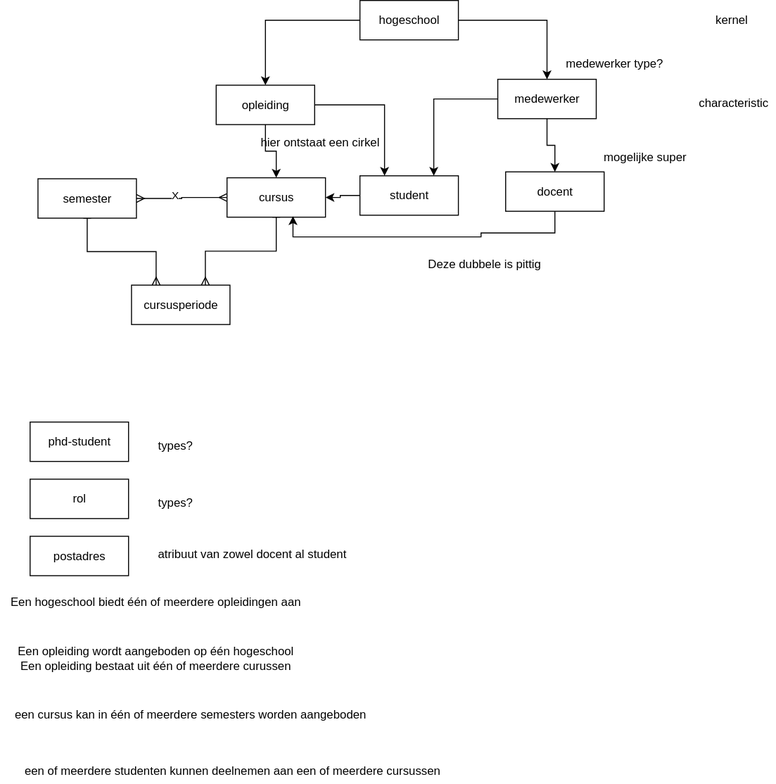
Jterveld/draw.io-modellen keeps this draw.io diagram as oefenen met schoolsystemen.svg. Above is the earlier version. Source tidied: cells renumbered, new cells last; positions are measured from the earlier drawing's top-left corner, leaving out a move shared by most shapes.
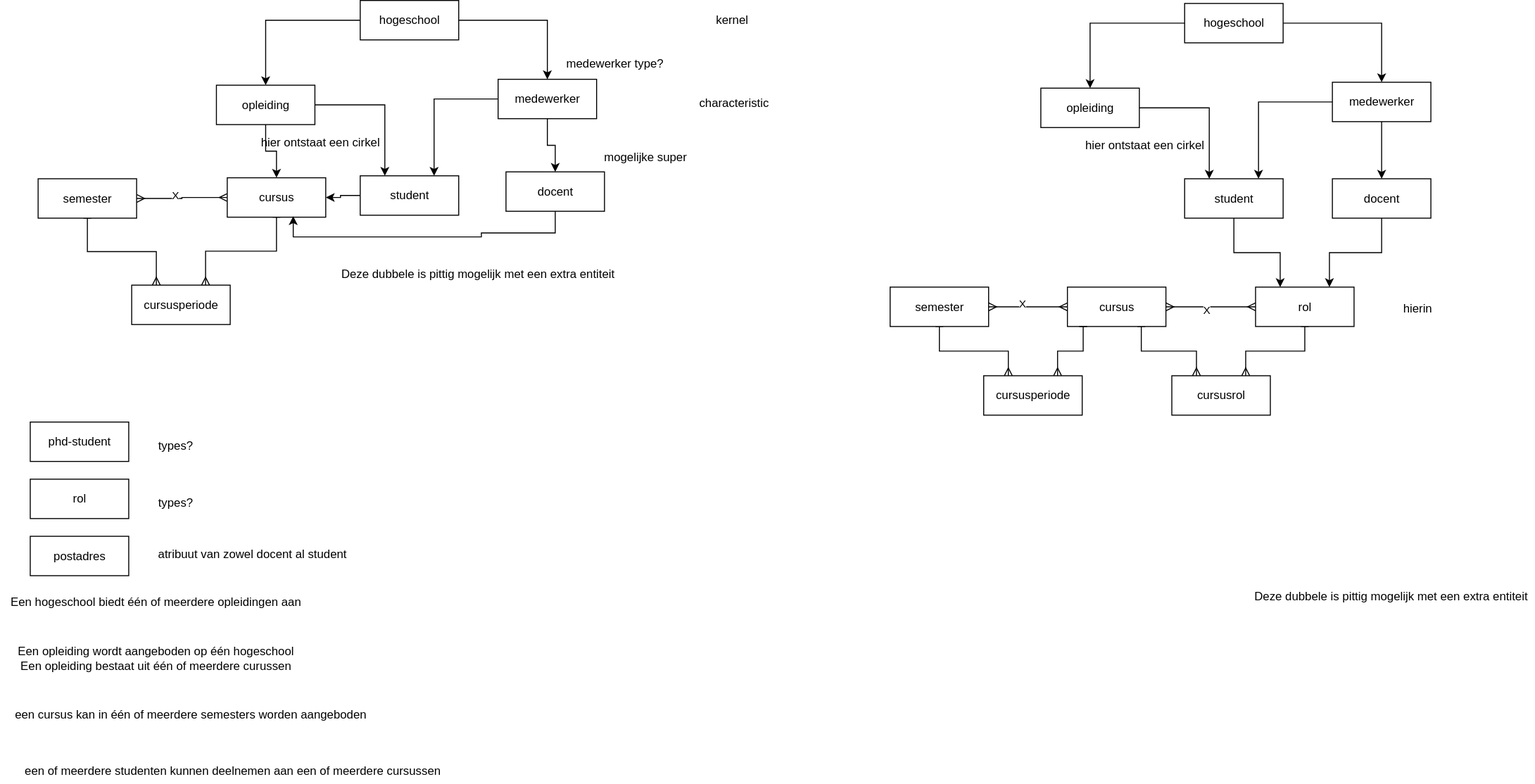
The same file after the commit.

Change to the diagram source:
```diff
@@ -105,8 +105,8 @@
     <mxCell id="33" value="een of meerdere studenten kunnen deelnemen aan een of meerdere cursussen" style="text;html=1;align=center;verticalAlign=middle;strokeColor=none;fillColor=none;" parent="1" vertex="1">
       <mxGeometry x="15" y="769" width="440" height="26" as="geometry" />
     </mxCell>
-    <mxCell id="34" value="Deze dubbele is pittig" style="text;html=1;align=center;verticalAlign=middle;strokeColor=none;fillColor=none;" parent="1" vertex="1">
-      <mxGeometry x="424" y="255" width="133" height="26" as="geometry" />
+    <mxCell id="34" value="Deze dubbele is pittig mogelijk met een extra entiteit" style="text;html=1;align=center;verticalAlign=middle;strokeColor=none;fillColor=none;" parent="1" vertex="1">
+      <mxGeometry x="336" y="265" width="295" height="26" as="geometry" />
     </mxCell>
     <mxCell id="35" value="types?" style="text;html=1;align=center;verticalAlign=middle;strokeColor=none;fillColor=none;" parent="1" vertex="1">
       <mxGeometry x="150" y="439" width="53" height="26" as="geometry" />
@@ -117,5 +117,89 @@
     <mxCell id="37" value="atribuut van zowel docent al student" style="text;html=1;align=center;verticalAlign=middle;strokeColor=none;fillColor=none;" parent="1" vertex="1">
       <mxGeometry x="150" y="549" width="209" height="26" as="geometry" />
     </mxCell>
+    <mxCell id="38" style="edgeStyle=orthogonalEdgeStyle;rounded=0;jettySize=auto;html=1;endArrow=ERmany;endFill=0;startArrow=ERmany;startFill=0;" parent="1" edge="1" source="41" target="43">
+      <mxGeometry relative="1" as="geometry" />
+    </mxCell>
+    <mxCell id="39" value="X" style="edgeLabel;html=1;align=center;verticalAlign=middle;" parent="38" vertex="1">
+      <mxGeometry x="-0.11" y="-2" relative="1" as="geometry" />
+    </mxCell>
+    <mxCell id="40" style="edgeStyle=orthogonalEdgeStyle;rounded=0;jettySize=auto;html=1;entryX=0.25;entryY=0;entryDx=0;entryDy=0;endArrow=ERmany;endFill=0;startArrow=baseDash;startFill=0;exitX=0.75;exitY=1;exitDx=0;exitDy=0;" parent="1" edge="1" source="41" target="44">
+      <mxGeometry relative="1" as="geometry" />
+    </mxCell>
+    <mxCell id="41" value="cursus" style="whiteSpace=wrap;html=1;align=center;" parent="1" vertex="1">
+      <mxGeometry x="1083" y="291" width="100" height="40" as="geometry" />
+    </mxCell>
+    <mxCell id="42" style="edgeStyle=orthogonalEdgeStyle;rounded=0;jettySize=auto;html=1;entryX=0.75;entryY=0;entryDx=0;entryDy=0;startArrow=baseDash;startFill=0;endArrow=ERmany;endFill=0;" parent="1" edge="1" source="43" target="44">
+      <mxGeometry relative="1" as="geometry" />
+    </mxCell>
+    <mxCell id="43" value="rol" style="whiteSpace=wrap;html=1;align=center;" parent="1" vertex="1">
+      <mxGeometry x="1274" y="291" width="100" height="40" as="geometry" />
+    </mxCell>
+    <mxCell id="44" value="cursusrol" style="whiteSpace=wrap;html=1;align=center;" parent="1" vertex="1">
+      <mxGeometry x="1189" y="381" width="100" height="40" as="geometry" />
+    </mxCell>
+    <mxCell id="45" value="opleiding" style="whiteSpace=wrap;html=1;align=center;" parent="1" vertex="1">
+      <mxGeometry x="1056" y="89" width="100" height="40" as="geometry" />
+    </mxCell>
+    <mxCell id="46" style="edgeStyle=orthogonalEdgeStyle;rounded=0;jettySize=auto;html=1;" parent="1" edge="1" source="48" target="45">
+      <mxGeometry relative="1" as="geometry" />
+    </mxCell>
+    <mxCell id="47" style="edgeStyle=orthogonalEdgeStyle;rounded=0;jettySize=auto;html=1;" parent="1" edge="1" source="48" target="57">
+      <mxGeometry relative="1" as="geometry" />
+    </mxCell>
+    <mxCell id="48" value="hogeschool" style="whiteSpace=wrap;html=1;align=center;" parent="1" vertex="1">
+      <mxGeometry x="1202" y="3" width="100" height="40" as="geometry" />
+    </mxCell>
+    <mxCell id="49" style="edgeStyle=orthogonalEdgeStyle;rounded=0;jettySize=auto;html=1;entryX=0.25;entryY=0;entryDx=0;entryDy=0;" parent="1" edge="1" source="50" target="43">
+      <mxGeometry relative="1" as="geometry" />
+    </mxCell>
+    <mxCell id="50" value="student" style="whiteSpace=wrap;html=1;align=center;" parent="1" vertex="1">
+      <mxGeometry x="1202" y="181" width="100" height="40" as="geometry" />
+    </mxCell>
+    <mxCell id="51" style="edgeStyle=orthogonalEdgeStyle;rounded=0;jettySize=auto;html=1;endArrow=ERmany;endFill=0;startArrow=ERmany;startFill=0;exitX=0;exitY=0.5;exitDx=0;exitDy=0;" parent="1" edge="1" source="41" target="59">
+      <mxGeometry relative="1" as="geometry" />
+    </mxCell>
+    <mxCell id="52" value="X" style="edgeLabel;html=1;align=center;verticalAlign=middle;" parent="51" vertex="1">
+      <mxGeometry x="0.18" y="-4" relative="1" as="geometry" />
+    </mxCell>
+    <mxCell id="53" style="edgeStyle=orthogonalEdgeStyle;rounded=0;jettySize=auto;html=1;entryX=0.75;entryY=0;entryDx=0;entryDy=0;endArrow=ERmany;endFill=0;startArrow=baseDash;startFill=0;exitX=0.16;exitY=1;exitDx=0;exitDy=0;exitPerimeter=0;" parent="1" edge="1" source="41" target="60">
+      <mxGeometry relative="1" as="geometry" />
+    </mxCell>
+    <mxCell id="54" style="edgeStyle=orthogonalEdgeStyle;rounded=0;jettySize=auto;html=1;entryX=0.75;entryY=0;entryDx=0;entryDy=0;" parent="1" edge="1" source="55" target="43">
+      <mxGeometry relative="1" as="geometry" />
+    </mxCell>
+    <mxCell id="55" value="docent" style="whiteSpace=wrap;html=1;align=center;" parent="1" vertex="1">
+      <mxGeometry x="1352" y="181" width="100" height="40" as="geometry" />
+    </mxCell>
+    <mxCell id="56" style="edgeStyle=orthogonalEdgeStyle;rounded=0;jettySize=auto;html=1;" parent="1" edge="1" source="57" target="55">
+      <mxGeometry relative="1" as="geometry" />
+    </mxCell>
+    <mxCell id="57" value="medewerker" style="whiteSpace=wrap;html=1;align=center;" parent="1" vertex="1">
+      <mxGeometry x="1352" y="83" width="100" height="40" as="geometry" />
+    </mxCell>
+    <mxCell id="58" style="edgeStyle=orthogonalEdgeStyle;rounded=0;jettySize=auto;html=1;entryX=0.25;entryY=0;entryDx=0;entryDy=0;endArrow=ERmany;endFill=0;startArrow=baseDash;startFill=0;" parent="1" edge="1" source="59" target="60">
+      <mxGeometry relative="1" as="geometry" />
+    </mxCell>
+    <mxCell id="59" value="semester" style="whiteSpace=wrap;html=1;align=center;" parent="1" vertex="1">
+      <mxGeometry x="903" y="291" width="100" height="40" as="geometry" />
+    </mxCell>
+    <mxCell id="60" value="cursusperiode" style="whiteSpace=wrap;html=1;align=center;" parent="1" vertex="1">
+      <mxGeometry x="998" y="381" width="100" height="40" as="geometry" />
+    </mxCell>
+    <mxCell id="61" style="edgeStyle=orthogonalEdgeStyle;rounded=0;jettySize=auto;html=1;entryX=0.25;entryY=0;entryDx=0;entryDy=0;" parent="1" edge="1" source="45" target="50">
+      <mxGeometry relative="1" as="geometry" />
+    </mxCell>
+    <mxCell id="62" style="edgeStyle=orthogonalEdgeStyle;rounded=0;jettySize=auto;html=1;entryX=0.75;entryY=0;entryDx=0;entryDy=0;" parent="1" edge="1" source="57" target="50">
+      <mxGeometry relative="1" as="geometry" />
+    </mxCell>
+    <mxCell id="63" value="hier ontstaat een cirkel" style="text;html=1;align=center;verticalAlign=middle;strokeColor=none;fillColor=none;" parent="1" vertex="1">
+      <mxGeometry x="1091" y="134" width="139" height="26" as="geometry" />
+    </mxCell>
+    <mxCell id="64" value="Deze dubbele is pittig mogelijk met een extra entiteit" style="text;html=1;align=center;verticalAlign=middle;strokeColor=none;fillColor=none;" parent="1" vertex="1">
+      <mxGeometry x="1263" y="592" width="295" height="26" as="geometry" />
+    </mxCell>
+    <mxCell id="65" value="hierin" style="text;html=1;align=center;verticalAlign=middle;strokeColor=none;fillColor=none;" parent="1" vertex="1">
+      <mxGeometry x="1414" y="300" width="47" height="26" as="geometry" />
+    </mxCell>
   </root>
 </mxGraphModel>
```
